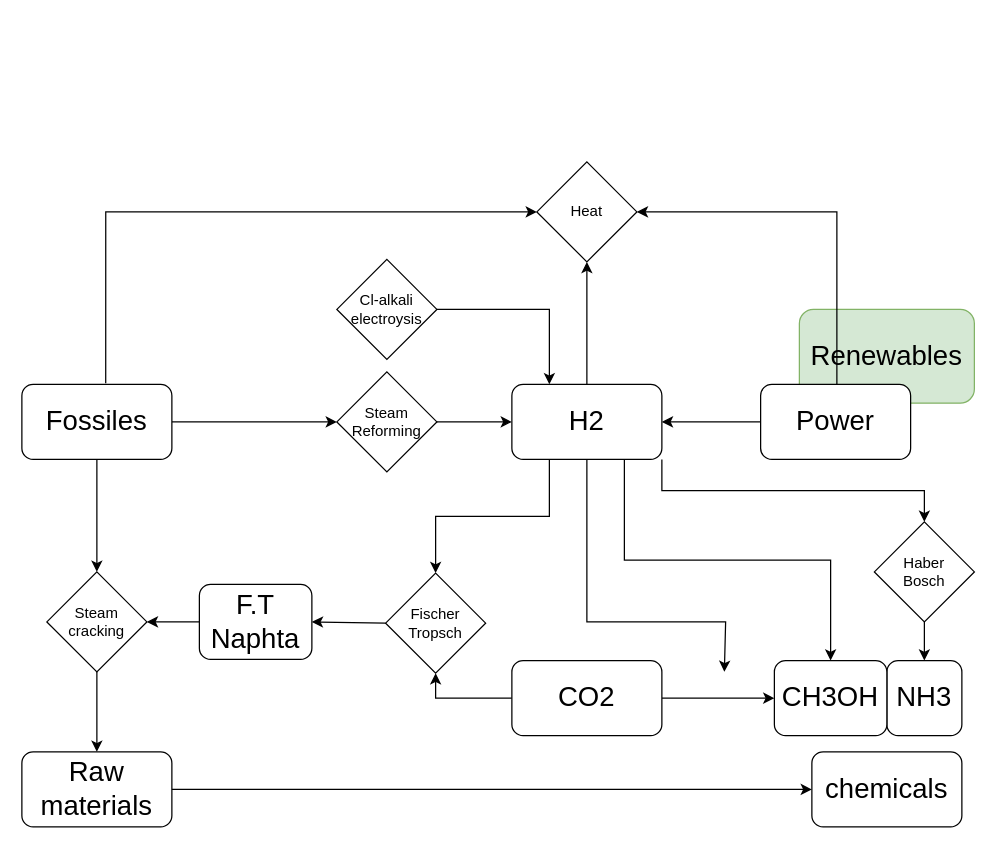
Above: C4CGraph.drawio in kay-squared/PyTorchLearn (draw.io), before the change. Source tidied: cells renumbered, new cells numbered last; positions are measured from the earlier drawing's top-left corner, leaving out a move shared by most shapes. Both pictures are drawn from the tidied source at 125%, with x=0, y=0 at pixel (21, 161).
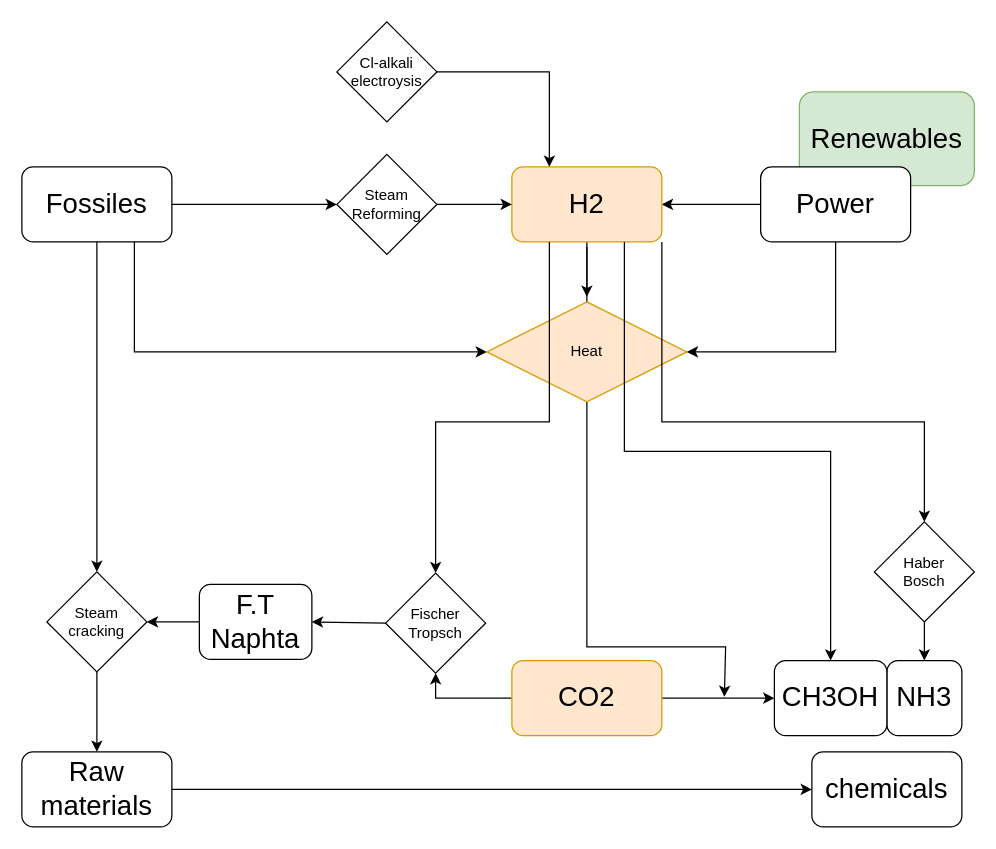
After the change.

Unchanged cells that the change refers to:
```xml
<mxCell id="28" value="Fischer Tropsch" style="rhombus;whiteSpace=wrap;html=1;" parent="1" vertex="1">
  <mxGeometry x="291" y="329" width="80" height="80" as="geometry" />
</mxCell>
<mxCell id="31" value="Haber &lt;br&gt;Bosch" style="rhombus;whiteSpace=wrap;html=1;" parent="1" vertex="1">
  <mxGeometry x="682" y="288" width="80" height="80" as="geometry" />
</mxCell>
```

What changed in the source:
```diff
@@
     <mxCell id="2" value="Renewables" style="rounded=1;whiteSpace=wrap;html=1;fontSize=22;fillColor=#d5e8d4;strokeColor=#82b366;" parent="1" vertex="1">
-      <mxGeometry x="622" y="118" width="140" height="75" as="geometry" />
+      <mxGeometry x="622" y="-56" width="140" height="75" as="geometry" />
     </mxCell>
@@
-    <mxCell id="5" style="edgeStyle=orthogonalEdgeStyle;rounded=0;jettySize=auto;html=1;exitX=0.559;exitY=-0.014;exitDx=0;exitDy=0;entryX=0;entryY=0.5;entryDx=0;entryDy=0;exitPerimeter=0;" parent="1" edge="1" source="6" target="20">
+    <mxCell id="5" style="edgeStyle=orthogonalEdgeStyle;rounded=0;jettySize=auto;html=1;exitX=0.75;exitY=1;exitDx=0;exitDy=0;entryX=0;entryY=0.5;entryDx=0;entryDy=0;" parent="1" edge="1" source="6" target="20">
       <mxGeometry relative="1" as="geometry" />
     </mxCell>
     <mxCell id="6" value="Fossiles" style="rounded=1;whiteSpace=wrap;html=1;fontSize=22;" parent="1" vertex="1">
-      <mxGeometry y="178" width="120" height="60" as="geometry" />
+      <mxGeometry y="4" width="120" height="60" as="geometry" />
     </mxCell>
@@
     <mxCell id="8" value="Power" style="rounded=1;whiteSpace=wrap;html=1;fontSize=22;" parent="1" vertex="1">
-      <mxGeometry x="591" y="178" width="120" height="60" as="geometry" />
+      <mxGeometry x="591" y="4" width="120" height="60" as="geometry" />
     </mxCell>
     <mxCell id="9" style="edgeStyle=orthogonalEdgeStyle;rounded=0;jettySize=auto;html=1;exitX=0.5;exitY=1;exitDx=0;exitDy=0;" parent="1" edge="1" source="10">
       <mxGeometry relative="1" as="geometry">
-        <mxPoint x="562" y="408" as="targetPoint" />
+        <mxPoint x="562" y="428" as="targetPoint" />
         <Array as="points">
-          <mxPoint x="452" y="368" />
-          <mxPoint x="563" y="368" />
+          <mxPoint x="452" y="388" />
+          <mxPoint x="563" y="388" />
         </Array>
       </mxGeometry>
     </mxCell>
-    <mxCell id="10" value="H2" style="rounded=1;whiteSpace=wrap;html=1;fontSize=22;" parent="1" vertex="1">
-      <mxGeometry x="392" y="178" width="120" height="60" as="geometry" />
+    <mxCell id="10" value="H2" style="rounded=1;whiteSpace=wrap;html=1;fontSize=22;fillColor=#ffe6cc;strokeColor=#d79b00;" parent="1" vertex="1">
+      <mxGeometry x="392" y="4" width="120" height="60" as="geometry" />
     </mxCell>
@@
-    <mxCell id="13" value="CO2" style="rounded=1;whiteSpace=wrap;html=1;fontSize=22;" parent="1" vertex="1">
+    <mxCell id="13" value="CO2" style="rounded=1;whiteSpace=wrap;html=1;fontSize=22;fillColor=#ffe6cc;strokeColor=#d79b00;" parent="1" vertex="1">
       <mxGeometry x="392" y="399" width="120" height="60" as="geometry" />
     </mxCell>
@@
     <mxCell id="19" value="Steam Reforming" style="rhombus;whiteSpace=wrap;html=1;" parent="1" vertex="1">
-      <mxGeometry x="252" y="168" width="80" height="80" as="geometry" />
+      <mxGeometry x="252" y="-6" width="80" height="80" as="geometry" />
     </mxCell>
-    <mxCell id="20" value="Heat" style="rhombus;whiteSpace=wrap;html=1;" parent="1" vertex="1">
-      <mxGeometry x="412" width="80" height="80" as="geometry" />
+    <mxCell id="20" value="Heat" style="rhombus;whiteSpace=wrap;html=1;fillColor=#ffe6cc;strokeColor=#d79b00;" parent="1" vertex="1">
+      <mxGeometry x="372" y="112" width="160" height="80" as="geometry" />
     </mxCell>
-    <mxCell id="21" style="edgeStyle=orthogonalEdgeStyle;rounded=0;jettySize=auto;html=1;entryX=1;entryY=0.5;entryDx=0;entryDy=0;" parent="1" edge="1" source="8" target="20">
-      <mxGeometry relative="1" as="geometry">
-        <Array as="points">
-          <mxPoint x="652" y="40" />
-        </Array>
-      </mxGeometry>
-    </mxCell>
-    <mxCell id="22" style="endArrow=classic;html=1;rounded=0;entryX=0.5;entryY=1;entryDx=0;entryDy=0;exitX=0.5;exitY=0;exitDx=0;exitDy=0;" parent="1" edge="1" source="10" target="20">
-      <mxGeometry relative="1" as="geometry" />
+    <mxCell id="22" style="endArrow=classic;html=1;rounded=0;" parent="1" edge="1">
+      <mxGeometry relative="1" as="geometry">
+        <mxPoint x="452" y="68" as="sourcePoint" />
+        <mxPoint x="452" y="108" as="targetPoint" />
+      </mxGeometry>
     </mxCell>
@@
     <mxCell id="25" value="Cl-alkali electroysis" style="rhombus;whiteSpace=wrap;html=1;" parent="1" vertex="1">
-      <mxGeometry x="252" y="78" width="80" height="80" as="geometry" />
+      <mxGeometry x="252" y="-112" width="80" height="80" as="geometry" />
     </mxCell>
@@
     <mxCell id="29" style="edgeStyle=orthogonalEdgeStyle;rounded=0;jettySize=auto;html=1;exitX=0.25;exitY=1;exitDx=0;exitDy=0;" parent="1" edge="1" source="10" target="28">
-      <mxGeometry relative="1" as="geometry" />
+      <mxGeometry relative="1" as="geometry">
+        <Array as="points">
+          <mxPoint x="422" y="208" />
+          <mxPoint x="331" y="208" />
+        </Array>
+      </mxGeometry>
     </mxCell>
@@
     <mxCell id="32" style="edgeStyle=orthogonalEdgeStyle;rounded=0;jettySize=auto;html=1;exitX=1;exitY=1;exitDx=0;exitDy=0;entryX=0.5;entryY=0;entryDx=0;entryDy=0;" parent="1" edge="1" source="10" target="31">
-      <mxGeometry relative="1" as="geometry" />
+      <mxGeometry relative="1" as="geometry">
+        <Array as="points">
+          <mxPoint x="512" y="208" />
+          <mxPoint x="722" y="208" />
+        </Array>
+      </mxGeometry>
     </mxCell>
@@
+    <mxCell id="21" style="edgeStyle=orthogonalEdgeStyle;rounded=0;jettySize=auto;html=1;exitX=0.5;exitY=1;exitDx=0;exitDy=0;entryX=1;entryY=0.5;entryDx=0;entryDy=0;" parent="1" edge="1" source="8" target="20">
+      <mxGeometry relative="1" as="geometry">
+        <Array as="points">
+          <mxPoint x="651" y="152" />
+        </Array>
+      </mxGeometry>
+    </mxCell>
```
